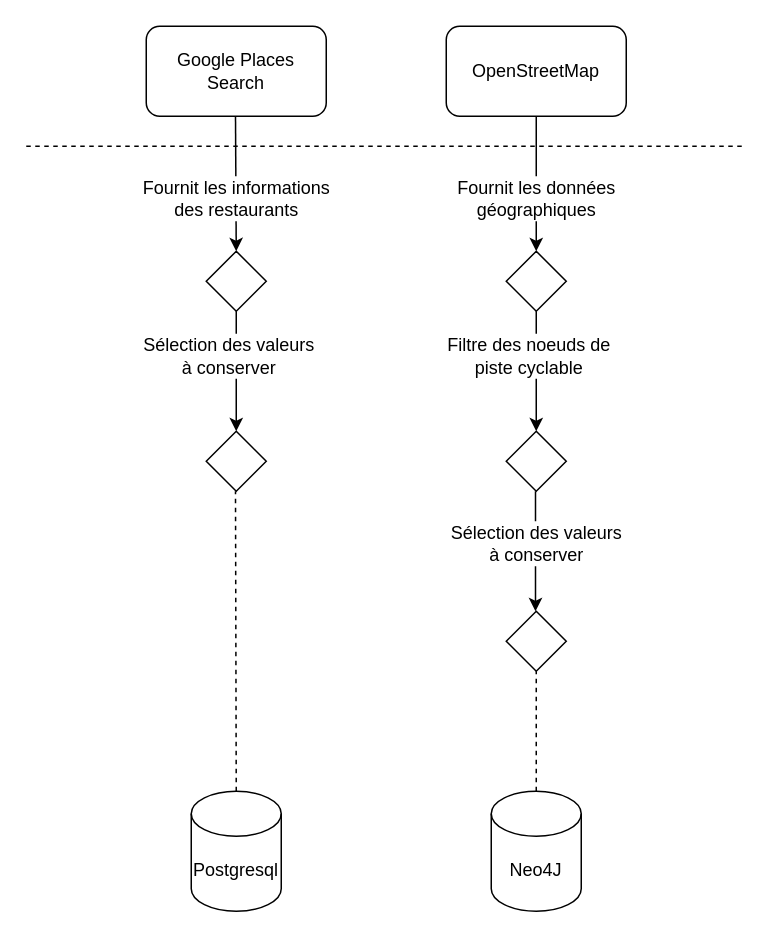
This is page "Page-3" (3 of 3) of doc/etl.drawio from Katsuyu/VeloEpicurien, a draw.io file, before an edit. Source tidied: cells renumbered, new cells numbered last; positions are measured from the earlier drawing's top-left corner, leaving out a move shared by most shapes. Both pictures are drawn from the tidied source at 150%, with x=0, y=0 at pixel (26, 26).
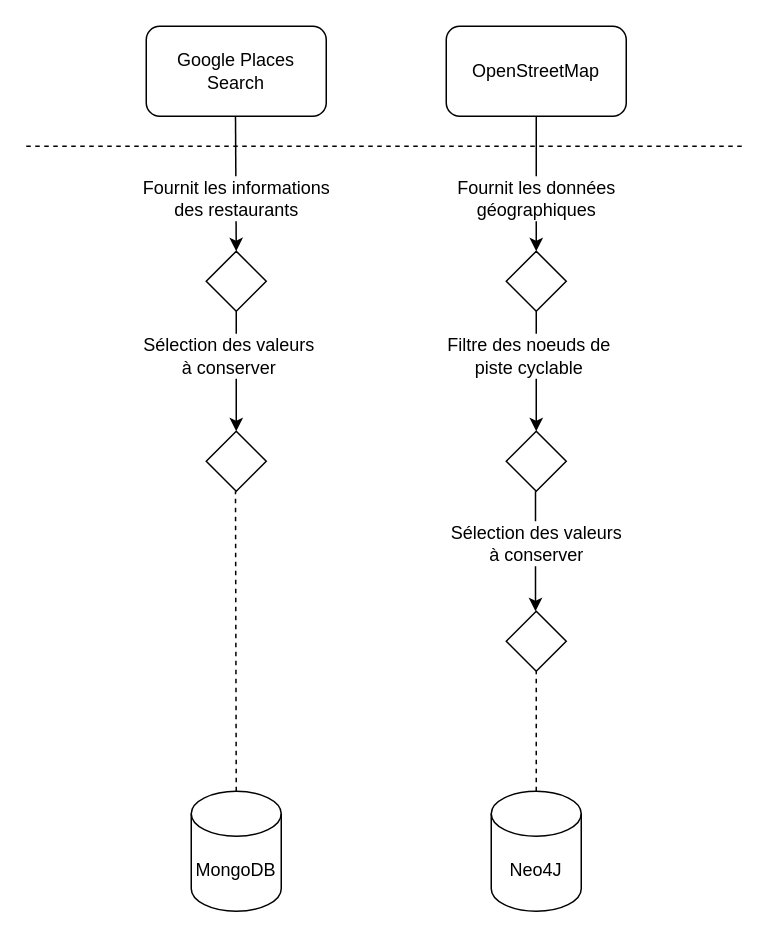
After the change.

The edit, as a diff of the source:
```diff
@@
-    <mxCell id="20" value="Postgresql" style="shape=cylinder3;whiteSpace=wrap;html=1;boundedLbl=1;backgroundOutline=1;size=15;fillColor=#FFFFFF;" parent="1" vertex="1">
+    <mxCell id="20" value="MongoDB" style="shape=cylinder3;whiteSpace=wrap;html=1;boundedLbl=1;backgroundOutline=1;size=15;fillColor=#FFFFFF;" parent="1" vertex="1">
       <mxGeometry x="110" y="510" width="60" height="80" as="geometry" />
     </mxCell>
```
